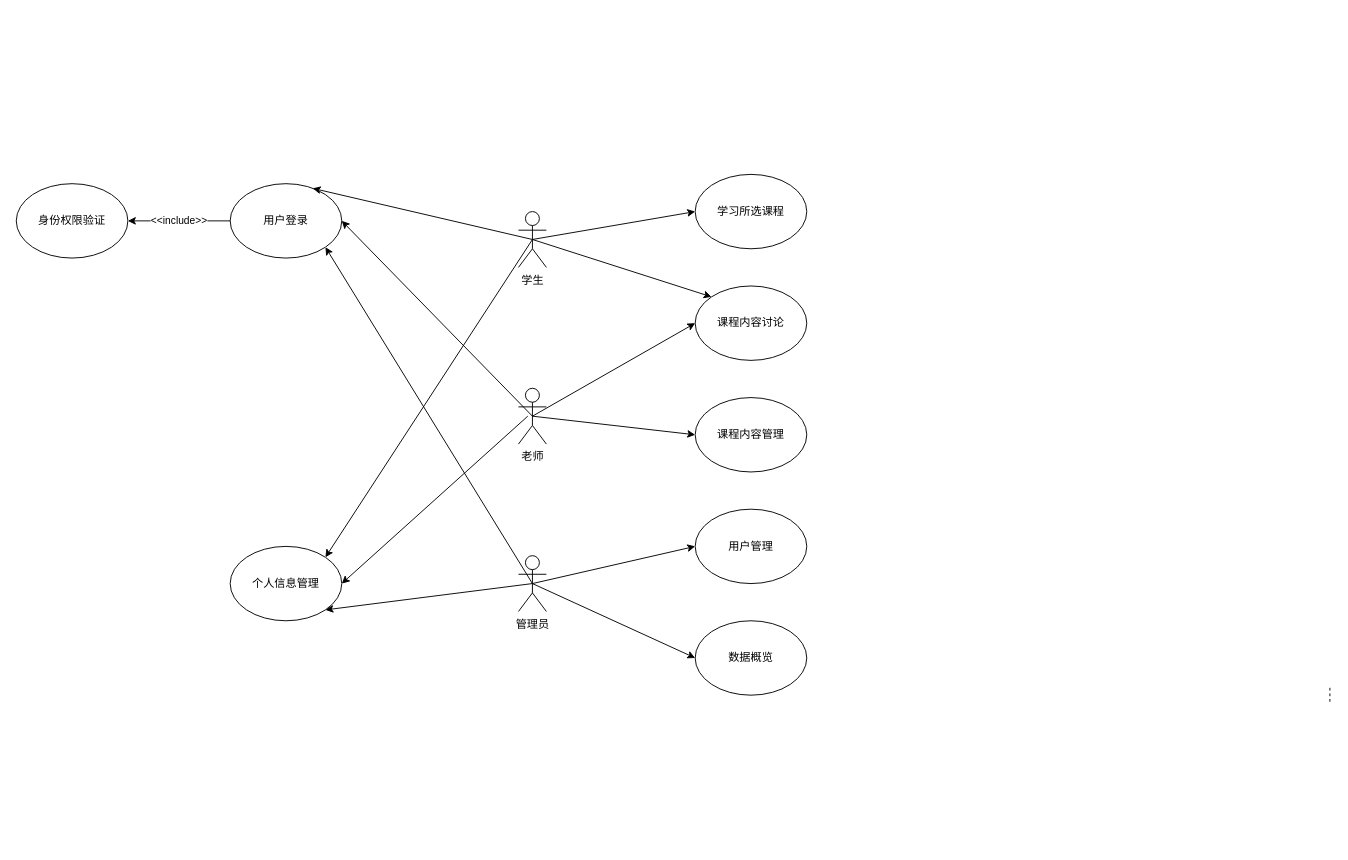
Above: 未命名绘图.drawio in YuChenLiao/UML (draw.io), before the change. Source tidied: cells renumbered, new cells numbered last; positions are measured from the earlier drawing's top-left corner, leaving out a move shared by most shapes. Both pictures are drawn from the tidied source at 93%, with x=0, y=0 at pixel (16, 174).
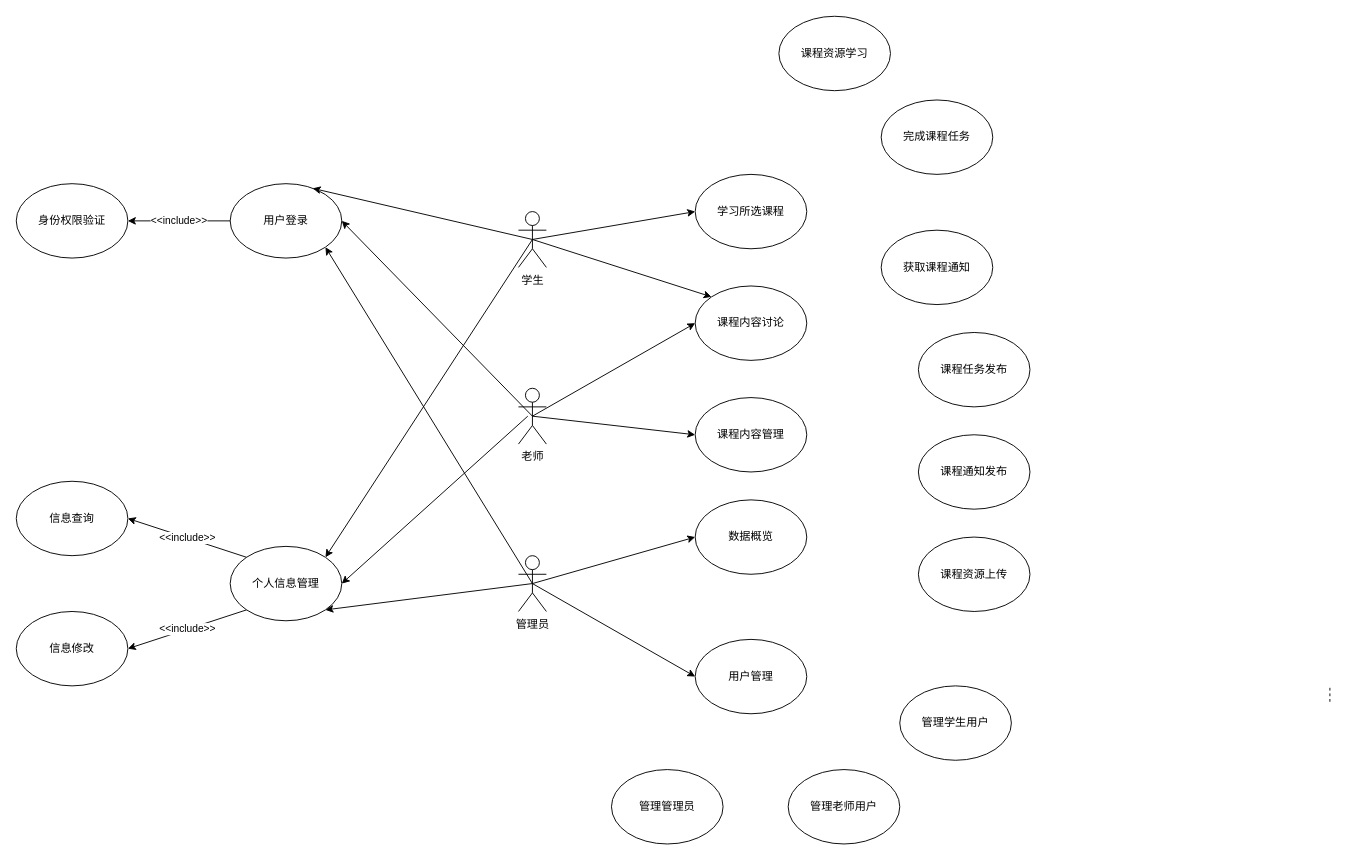
The same diagram, later.

Commit message (it also covers changes not shown here):
更新未命名绘图.drawio

Unchanged cells that the change refers to:
```xml
<mxCell id="7" value="个人信息管理" style="ellipse;whiteSpace=wrap;html=1;" parent="1" vertex="1">
  <mxGeometry x="230" y="400" width="120" height="80" as="geometry" />
</mxCell>
```

What changed in the source:
```diff
@@
     <mxCell id="17" value="用户管理" style="ellipse;whiteSpace=wrap;html=1;" parent="1" vertex="1">
-      <mxGeometry x="730" y="360" width="120" height="80" as="geometry" />
+      <mxGeometry x="730" y="500" width="120" height="80" as="geometry" />
     </mxCell>
     <mxCell id="18" value="数据概览" style="ellipse;whiteSpace=wrap;html=1;" parent="1" vertex="1">
-      <mxGeometry x="730" y="480" width="120" height="80" as="geometry" />
+      <mxGeometry x="730" y="350" width="120" height="80" as="geometry" />
     </mxCell>
@@
+    <mxCell id="27" value="信息查询" style="ellipse;whiteSpace=wrap;html=1;" parent="1" vertex="1">
+      <mxGeometry y="330" width="120" height="80" as="geometry" />
+    </mxCell>
+    <mxCell id="28" value="信息修改" style="ellipse;whiteSpace=wrap;html=1;" parent="1" vertex="1">
+      <mxGeometry y="470" width="120" height="80" as="geometry" />
+    </mxCell>
+    <mxCell id="29" value="&amp;lt;&amp;lt;include&amp;gt;&amp;gt;" style="endArrow=classic;html=1;rounded=0;exitX=0;exitY=0;exitDx=0;exitDy=0;entryX=1;entryY=0.5;entryDx=0;entryDy=0;" parent="1" edge="1" source="7" target="27">
+      <mxGeometry relative="1" as="geometry" />
+    </mxCell>
+    <mxCell id="30" value="&amp;lt;&amp;lt;include&amp;gt;&amp;gt;" style="endArrow=classic;html=1;rounded=0;exitX=0;exitY=1;exitDx=0;exitDy=0;entryX=1;entryY=0.5;entryDx=0;entryDy=0;" parent="1" edge="1" source="7" target="28">
+      <mxGeometry relative="1" as="geometry" />
+    </mxCell>
+    <mxCell id="31" value="课程资源学习" style="ellipse;whiteSpace=wrap;html=1;" parent="1" vertex="1">
+      <mxGeometry x="820" y="-170" width="120" height="80" as="geometry" />
+    </mxCell>
+    <mxCell id="32" value="完成课程任务" style="ellipse;whiteSpace=wrap;html=1;" parent="1" vertex="1">
+      <mxGeometry x="930" y="-80" width="120" height="80" as="geometry" />
+    </mxCell>
+    <mxCell id="33" value="获取课程通知" style="ellipse;whiteSpace=wrap;html=1;" parent="1" vertex="1">
+      <mxGeometry x="930" y="60" width="120" height="80" as="geometry" />
+    </mxCell>
+    <mxCell id="34" value="课程任务发布" style="ellipse;whiteSpace=wrap;html=1;" parent="1" vertex="1">
+      <mxGeometry x="970" y="170" width="120" height="80" as="geometry" />
+    </mxCell>
+    <mxCell id="35" value="课程通知发布" style="ellipse;whiteSpace=wrap;html=1;" parent="1" vertex="1">
+      <mxGeometry x="970" y="280" width="120" height="80" as="geometry" />
+    </mxCell>
+    <mxCell id="36" value="课程资源上传" style="ellipse;whiteSpace=wrap;html=1;" parent="1" vertex="1">
+      <mxGeometry x="970" y="390" width="120" height="80" as="geometry" />
+    </mxCell>
+    <mxCell id="37" value="管理老师用户" style="ellipse;whiteSpace=wrap;html=1;" parent="1" vertex="1">
+      <mxGeometry x="830" y="640" width="120" height="80" as="geometry" />
+    </mxCell>
+    <mxCell id="38" value="管理学生用户" style="ellipse;whiteSpace=wrap;html=1;" parent="1" vertex="1">
+      <mxGeometry x="950" y="550" width="120" height="80" as="geometry" />
+    </mxCell>
+    <mxCell id="39" value="管理管理员" style="ellipse;whiteSpace=wrap;html=1;" parent="1" vertex="1">
+      <mxGeometry x="640" y="640" width="120" height="80" as="geometry" />
+    </mxCell>
```
